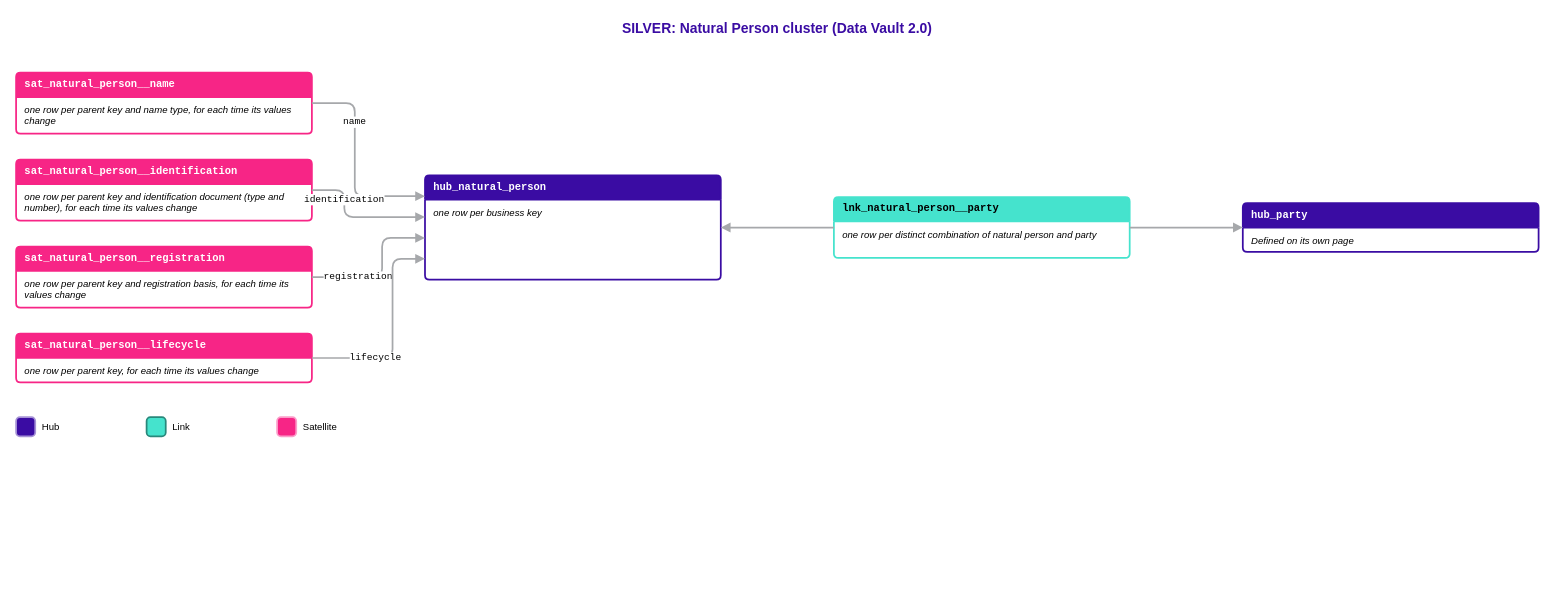
This is Rosetta/Business_Objects/Natural_Person.drawio from luisruizML/documents, a draw.io file, before an edit. Source tidied: cells renumbered, new cells numbered last; positions are measured from the earlier drawing's top-left corner, leaving out a move shared by most shapes. Both pictures are drawn from the tidied source at 87%, with x=0, y=0 at pixel (16, 15).
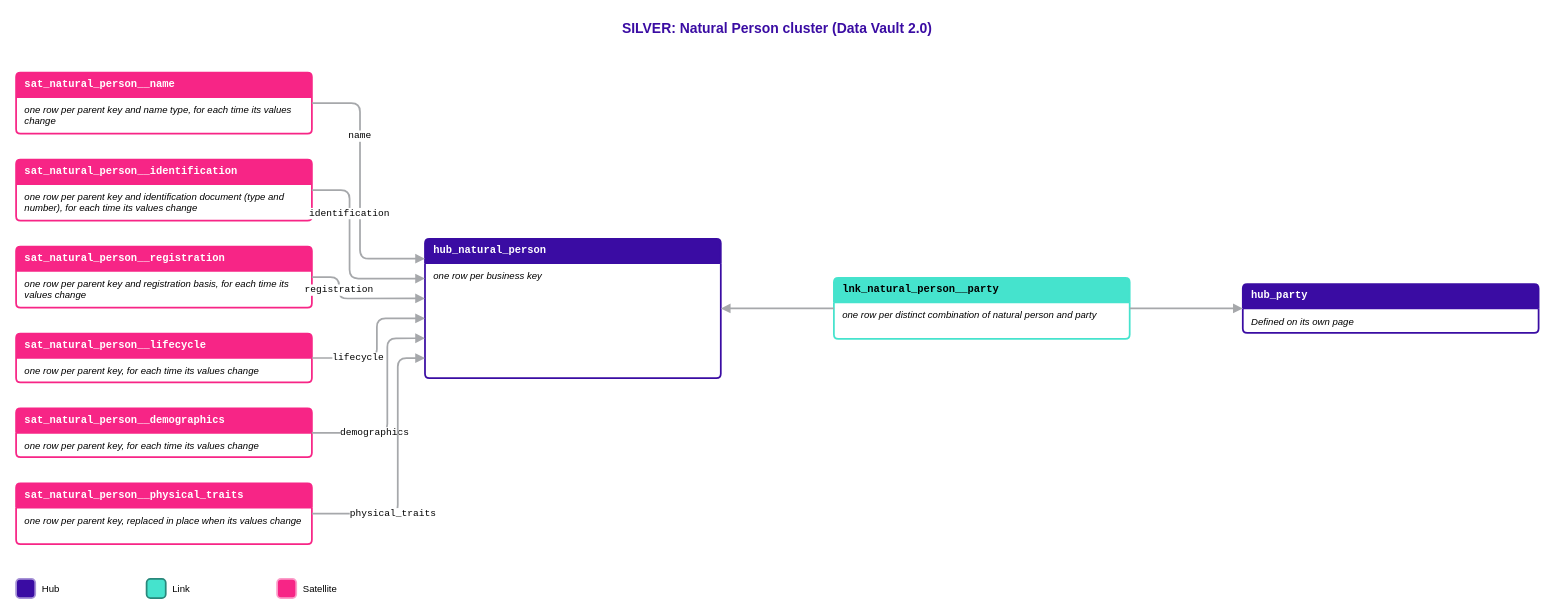
The same diagram, later.

Commit message (it also covers changes not shown here):
feat(natural-person): demographics (history) and physical traits (row versioning) satellites; drop Lucid ERD

Unchanged cells that the change refers to:
```xml
<mxCell id="7" value="sat_natural_person__name" style="swimlane;html=1;whiteSpace=wrap;rounded=1;arcSize=6;startSize=28;fillColor=#F72586;swimlaneFillColor=#FFFFFF;strokeColor=#F72586;strokeWidth=2;fontFamily=Courier New;fontSize=12;fontStyle=1;fontColor=#FFFFFF;align=left;spacingLeft=8;" parent="1" vertex="1">
  <mxGeometry y="66" width="340" height="70" as="geometry" />
</mxCell>
<mxCell id="9" value="sat_natural_person__identification" style="swimlane;html=1;whiteSpace=wrap;rounded=1;arcSize=6;startSize=28;fillColor=#F72586;swimlaneFillColor=#FFFFFF;strokeColor=#F72586;strokeWidth=2;fontFamily=Courier New;fontSize=12;fontStyle=1;fontColor=#FFFFFF;align=left;spacingLeft=8;" parent="1" vertex="1">
  <mxGeometry y="166" width="340" height="70" as="geometry" />
</mxCell>
<mxCell id="11" value="sat_natural_person__registration" style="swimlane;html=1;whiteSpace=wrap;rounded=1;arcSize=6;startSize=28;fillColor=#F72586;swimlaneFillColor=#FFFFFF;strokeColor=#F72586;strokeWidth=2;fontFamily=Courier New;fontSize=12;fontStyle=1;fontColor=#FFFFFF;align=left;spacingLeft=8;" parent="1" vertex="1">
  <mxGeometry y="266" width="340" height="70" as="geometry" />
</mxCell>
<mxCell id="13" value="sat_natural_person__lifecycle" style="swimlane;html=1;whiteSpace=wrap;rounded=1;arcSize=6;startSize=28;fillColor=#F72586;swimlaneFillColor=#FFFFFF;strokeColor=#F72586;strokeWidth=2;fontFamily=Courier New;fontSize=12;fontStyle=1;fontColor=#FFFFFF;align=left;spacingLeft=8;" parent="1" vertex="1">
  <mxGeometry y="366" width="340" height="56" as="geometry" />
</mxCell>
```

Change to the diagram source:
```diff
@@
     <mxCell id="3" value="hub_natural_person" style="swimlane;html=1;whiteSpace=wrap;rounded=1;arcSize=6;startSize=28;fillColor=#3A0CA3;swimlaneFillColor=#FFFFFF;strokeColor=#3A0CA3;strokeWidth=2;fontFamily=Courier New;fontSize=12;fontStyle=1;fontColor=#FFFFFF;align=left;spacingLeft=8;" parent="1" vertex="1">
-      <mxGeometry x="470" y="184" width="340" height="120" as="geometry" />
+      <mxGeometry x="470" y="257" width="340" height="160" as="geometry" />
     </mxCell>
@@
     <mxCell id="5" value="lnk_natural_person__party" style="swimlane;html=1;whiteSpace=wrap;rounded=1;arcSize=6;startSize=28;fillColor=#45E3CD;swimlaneFillColor=#FFFFFF;strokeColor=#45E3CD;strokeWidth=2;fontFamily=Courier New;fontSize=12;fontStyle=1;fontColor=#000000;align=left;spacingLeft=8;" parent="1" vertex="1">
-      <mxGeometry x="940" y="209" width="340" height="70" as="geometry" />
+      <mxGeometry x="940" y="302" width="340" height="70" as="geometry" />
     </mxCell>
@@
-    <mxCell id="15" value="hub_party" style="swimlane;html=1;whiteSpace=wrap;rounded=1;arcSize=6;startSize=28;fillColor=#3A0CA3;swimlaneFillColor=#FFFFFF;strokeColor=#3A0CA3;strokeWidth=2;fontFamily=Courier New;fontSize=12;fontStyle=1;fontColor=#FFFFFF;align=left;spacingLeft=8;" parent="1" vertex="1">
-      <mxGeometry x="1410" y="216" width="340" height="56" as="geometry" />
+    <mxCell id="15" value="sat_natural_person__demographics" style="swimlane;html=1;whiteSpace=wrap;rounded=1;arcSize=6;startSize=28;fillColor=#F72586;swimlaneFillColor=#FFFFFF;strokeColor=#F72586;strokeWidth=2;fontFamily=Courier New;fontSize=12;fontStyle=1;fontColor=#FFFFFF;align=left;spacingLeft=8;" parent="1" vertex="1">
+      <mxGeometry y="452" width="340" height="56" as="geometry" />
     </mxCell>
-    <mxCell id="16" value="Defined on its own page" style="text;html=1;whiteSpace=wrap;align=left;verticalAlign=top;fontFamily=Arial;fontSize=11;fontStyle=2;fontColor=#000000;spacingLeft=8;spacingRight=8;" parent="15" vertex="1">
+    <mxCell id="16" value="one row per parent key, for each time its values change" style="text;html=1;whiteSpace=wrap;align=left;verticalAlign=top;fontFamily=Arial;fontSize=11;fontStyle=2;fontColor=#000000;spacingLeft=8;spacingRight=8;" parent="15" vertex="1">
       <mxGeometry y="30" width="340" height="20" as="geometry" />
     </mxCell>
-    <mxCell id="17" style="edgeStyle=orthogonalEdgeStyle;rounded=1;jumpStyle=arc;jumpSize=8;html=1;strokeColor=#A6A8AB;strokeWidth=2;endArrow=block;endFill=1;exitX=0;exitY=0.5;exitDx=0;exitDy=0;entryX=1;entryY=0.5;entryDx=0;entryDy=0;labelBackgroundColor=#FFFFFF;fontFamily=Courier New;fontSize=11;fontColor=#000000;" parent="1" edge="1" source="5" target="3">
-      <mxGeometry x="-0.4" relative="1" as="geometry" />
+    <mxCell id="17" value="sat_natural_person__physical_traits" style="swimlane;html=1;whiteSpace=wrap;rounded=1;arcSize=6;startSize=28;fillColor=#F72586;swimlaneFillColor=#FFFFFF;strokeColor=#F72586;strokeWidth=2;fontFamily=Courier New;fontSize=12;fontStyle=1;fontColor=#FFFFFF;align=left;spacingLeft=8;" parent="1" vertex="1">
+      <mxGeometry y="538" width="340" height="70" as="geometry" />
     </mxCell>
-    <mxCell id="18" style="edgeStyle=orthogonalEdgeStyle;rounded=1;jumpStyle=arc;jumpSize=8;html=1;strokeColor=#A6A8AB;strokeWidth=2;endArrow=block;endFill=1;exitX=1;exitY=0.5;exitDx=0;exitDy=0;entryX=0;entryY=0.5;entryDx=0;entryDy=0;labelBackgroundColor=#FFFFFF;fontFamily=Courier New;fontSize=11;fontColor=#000000;" parent="1" edge="1" source="5" target="15">
-      <mxGeometry x="-0.4" relative="1" as="geometry" />
+    <mxCell id="18" value="one row per parent key, replaced in place when its values change" style="text;html=1;whiteSpace=wrap;align=left;verticalAlign=top;fontFamily=Arial;fontSize=11;fontStyle=2;fontColor=#000000;spacingLeft=8;spacingRight=8;" parent="17" vertex="1">
+      <mxGeometry y="30" width="340" height="34" as="geometry" />
     </mxCell>
-    <mxCell id="19" value="name" style="edgeStyle=orthogonalEdgeStyle;rounded=1;jumpStyle=arc;jumpSize=8;html=1;strokeColor=#A6A8AB;strokeWidth=2;endArrow=block;endFill=1;exitX=1;exitY=0.5;exitDx=0;exitDy=0;entryX=0;entryY=0.2;entryDx=0;entryDy=0;labelBackgroundColor=#FFFFFF;fontFamily=Courier New;fontSize=11;fontColor=#000000;" parent="1" edge="1" source="7" target="3">
-      <mxGeometry x="-0.4" relative="1" as="geometry">
-        <Array as="points">
-          <mxPoint x="389.3" y="101" />
-          <mxPoint x="389.3" y="208" />
-        </Array>
-      </mxGeometry>
+    <mxCell id="19" value="hub_party" style="swimlane;html=1;whiteSpace=wrap;rounded=1;arcSize=6;startSize=28;fillColor=#3A0CA3;swimlaneFillColor=#FFFFFF;strokeColor=#3A0CA3;strokeWidth=2;fontFamily=Courier New;fontSize=12;fontStyle=1;fontColor=#FFFFFF;align=left;spacingLeft=8;" parent="1" vertex="1">
+      <mxGeometry x="1410" y="309" width="340" height="56" as="geometry" />
     </mxCell>
-    <mxCell id="20" value="identification" style="edgeStyle=orthogonalEdgeStyle;rounded=1;jumpStyle=arc;jumpSize=8;html=1;strokeColor=#A6A8AB;strokeWidth=2;endArrow=block;endFill=1;exitX=1;exitY=0.5;exitDx=0;exitDy=0;entryX=0;entryY=0.4;entryDx=0;entryDy=0;labelBackgroundColor=#FFFFFF;fontFamily=Courier New;fontSize=11;fontColor=#000000;" parent="1" edge="1" source="9" target="3">
-      <mxGeometry x="-0.4" relative="1" as="geometry">
-        <Array as="points">
-          <mxPoint x="377.3" y="201" />
-          <mxPoint x="377.3" y="232" />
-        </Array>
-      </mxGeometry>
+    <mxCell id="20" value="Defined on its own page" style="text;html=1;whiteSpace=wrap;align=left;verticalAlign=top;fontFamily=Arial;fontSize=11;fontStyle=2;fontColor=#000000;spacingLeft=8;spacingRight=8;" parent="19" vertex="1">
+      <mxGeometry y="30" width="340" height="20" as="geometry" />
     </mxCell>
-    <mxCell id="21" value="registration" style="edgeStyle=orthogonalEdgeStyle;rounded=1;jumpStyle=arc;jumpSize=8;html=1;strokeColor=#A6A8AB;strokeWidth=2;endArrow=block;endFill=1;exitX=1;exitY=0.5;exitDx=0;exitDy=0;entryX=0;entryY=0.6;entryDx=0;entryDy=0;labelBackgroundColor=#FFFFFF;fontFamily=Courier New;fontSize=11;fontColor=#000000;" parent="1" edge="1" source="11" target="3">
-      <mxGeometry x="-0.4" relative="1" as="geometry">
-        <Array as="points">
-          <mxPoint x="420.7" y="301" />
-          <mxPoint x="420.7" y="256" />
-        </Array>
-      </mxGeometry>
+    <mxCell id="21" style="edgeStyle=orthogonalEdgeStyle;rounded=1;jumpStyle=arc;jumpSize=8;html=1;strokeColor=#A6A8AB;strokeWidth=2;endArrow=block;endFill=1;exitX=0;exitY=0.5;exitDx=0;exitDy=0;entryX=1;entryY=0.5;entryDx=0;entryDy=0;labelBackgroundColor=#FFFFFF;fontFamily=Courier New;fontSize=11;fontColor=#000000;" parent="1" edge="1" source="5" target="3">
+      <mxGeometry x="-0.4" relative="1" as="geometry" />
     </mxCell>
-    <mxCell id="22" value="lifecycle" style="edgeStyle=orthogonalEdgeStyle;rounded=1;jumpStyle=arc;jumpSize=8;html=1;strokeColor=#A6A8AB;strokeWidth=2;endArrow=block;endFill=1;exitX=1;exitY=0.5;exitDx=0;exitDy=0;entryX=0;entryY=0.8;entryDx=0;entryDy=0;labelBackgroundColor=#FFFFFF;fontFamily=Courier New;fontSize=11;fontColor=#000000;" parent="1" edge="1" source="13" target="3">
-      <mxGeometry x="-0.4" relative="1" as="geometry">
-        <Array as="points">
-          <mxPoint x="432.7" y="394" />
-          <mxPoint x="432.7" y="280" />
-        </Array>
-      </mxGeometry>
+    <mxCell id="22" style="edgeStyle=orthogonalEdgeStyle;rounded=1;jumpStyle=arc;jumpSize=8;html=1;strokeColor=#A6A8AB;strokeWidth=2;endArrow=block;endFill=1;exitX=1;exitY=0.5;exitDx=0;exitDy=0;entryX=0;entryY=0.5;entryDx=0;entryDy=0;labelBackgroundColor=#FFFFFF;fontFamily=Courier New;fontSize=11;fontColor=#000000;" parent="1" edge="1" source="5" target="19">
+      <mxGeometry x="-0.4" relative="1" as="geometry" />
     </mxCell>
-    <mxCell id="23" style="rounded=1;arcSize=20;fillColor=#3A0CA3;strokeColor=#A692D6;strokeWidth=2;" parent="1" vertex="1">
-      <mxGeometry y="462" width="22" height="22" as="geometry" />
+    <mxCell id="23" value="name" style="edgeStyle=orthogonalEdgeStyle;rounded=1;jumpStyle=arc;jumpSize=8;html=1;strokeColor=#A6A8AB;strokeWidth=2;endArrow=block;endFill=1;exitX=1;exitY=0.5;exitDx=0;exitDy=0;entryX=0;entryY=0.1429;entryDx=0;entryDy=0;labelBackgroundColor=#FFFFFF;fontFamily=Courier New;fontSize=11;fontColor=#000000;" parent="1" edge="1" source="7" target="3">
+      <mxGeometry x="-0.4" relative="1" as="geometry">
+        <Array as="points">
+          <mxPoint x="395.3" y="101" />
+          <mxPoint x="395.3" y="279.9" />
+        </Array>
+      </mxGeometry>
     </mxCell>
-    <mxCell id="24" value="Hub" style="text;html=1;align=left;verticalAlign=middle;fontFamily=Arial;fontSize=11;fontColor=#000000;" parent="1" vertex="1">
-      <mxGeometry x="28" y="462" width="110" height="22" as="geometry" />
+    <mxCell id="24" value="identification" style="edgeStyle=orthogonalEdgeStyle;rounded=1;jumpStyle=arc;jumpSize=8;html=1;strokeColor=#A6A8AB;strokeWidth=2;endArrow=block;endFill=1;exitX=1;exitY=0.5;exitDx=0;exitDy=0;entryX=0;entryY=0.2857;entryDx=0;entryDy=0;labelBackgroundColor=#FFFFFF;fontFamily=Courier New;fontSize=11;fontColor=#000000;" parent="1" edge="1" source="9" target="3">
+      <mxGeometry x="-0.4" relative="1" as="geometry">
+        <Array as="points">
+          <mxPoint x="383.3" y="201" />
+          <mxPoint x="383.3" y="302.7" />
+        </Array>
+      </mxGeometry>
     </mxCell>
-    <mxCell id="25" style="rounded=1;arcSize=20;fillColor=#45E3CD;strokeColor=#29887B;strokeWidth=2;" parent="1" vertex="1">
-      <mxGeometry x="150" y="462" width="22" height="22" as="geometry" />
+    <mxCell id="25" value="registration" style="edgeStyle=orthogonalEdgeStyle;rounded=1;jumpStyle=arc;jumpSize=8;html=1;strokeColor=#A6A8AB;strokeWidth=2;endArrow=block;endFill=1;exitX=1;exitY=0.5;exitDx=0;exitDy=0;entryX=0;entryY=0.4286;entryDx=0;entryDy=0;labelBackgroundColor=#FFFFFF;fontFamily=Courier New;fontSize=11;fontColor=#000000;" parent="1" edge="1" source="11" target="3">
+      <mxGeometry x="-0.4" relative="1" as="geometry">
+        <Array as="points">
+          <mxPoint x="371.3" y="301" />
+          <mxPoint x="371.3" y="325.6" />
+        </Array>
+      </mxGeometry>
     </mxCell>
-    <mxCell id="26" value="Link" style="text;html=1;align=left;verticalAlign=middle;fontFamily=Arial;fontSize=11;fontColor=#000000;" parent="1" vertex="1">
-      <mxGeometry x="178" y="462" width="110" height="22" as="geometry" />
+    <mxCell id="26" value="lifecycle" style="edgeStyle=orthogonalEdgeStyle;rounded=1;jumpStyle=arc;jumpSize=8;html=1;strokeColor=#A6A8AB;strokeWidth=2;endArrow=block;endFill=1;exitX=1;exitY=0.5;exitDx=0;exitDy=0;entryX=0;entryY=0.5714;entryDx=0;entryDy=0;labelBackgroundColor=#FFFFFF;fontFamily=Courier New;fontSize=11;fontColor=#000000;" parent="1" edge="1" source="13" target="3">
+      <mxGeometry x="-0.4" relative="1" as="geometry">
+        <Array as="points">
+          <mxPoint x="414.7" y="394" />
+          <mxPoint x="414.7" y="348.4" />
+        </Array>
+      </mxGeometry>
     </mxCell>
-    <mxCell id="27" style="rounded=1;arcSize=20;fillColor=#F72586;strokeColor=#FB9DC9;strokeWidth=2;" parent="1" vertex="1">
-      <mxGeometry x="300" y="462" width="22" height="22" as="geometry" />
+    <mxCell id="27" value="demographics" style="edgeStyle=orthogonalEdgeStyle;rounded=1;jumpStyle=arc;jumpSize=8;html=1;strokeColor=#A6A8AB;strokeWidth=2;endArrow=block;endFill=1;exitX=1;exitY=0.5;exitDx=0;exitDy=0;entryX=0;entryY=0.7143;entryDx=0;entryDy=0;labelBackgroundColor=#FFFFFF;fontFamily=Courier New;fontSize=11;fontColor=#000000;" parent="1" edge="1" source="15" target="3">
+      <mxGeometry x="-0.4" relative="1" as="geometry">
+        <Array as="points">
+          <mxPoint x="426.7" y="480" />
+          <mxPoint x="426.7" y="371.3" />
+        </Array>
+      </mxGeometry>
     </mxCell>
-    <mxCell id="28" value="Satellite" style="text;html=1;align=left;verticalAlign=middle;fontFamily=Arial;fontSize=11;fontColor=#000000;" parent="1" vertex="1">
-      <mxGeometry x="328" y="462" width="110" height="22" as="geometry" />
+    <mxCell id="28" value="physical_traits" style="edgeStyle=orthogonalEdgeStyle;rounded=1;jumpStyle=arc;jumpSize=8;html=1;strokeColor=#A6A8AB;strokeWidth=2;endArrow=block;endFill=1;exitX=1;exitY=0.5;exitDx=0;exitDy=0;entryX=0;entryY=0.8571;entryDx=0;entryDy=0;labelBackgroundColor=#FFFFFF;fontFamily=Courier New;fontSize=11;fontColor=#000000;" parent="1" edge="1" source="17" target="3">
+      <mxGeometry x="-0.4" relative="1" as="geometry">
+        <Array as="points">
+          <mxPoint x="438.7" y="573" />
+          <mxPoint x="438.7" y="394.1" />
+        </Array>
+      </mxGeometry>
     </mxCell>
+    <mxCell id="29" style="rounded=1;arcSize=20;fillColor=#3A0CA3;strokeColor=#A692D6;strokeWidth=2;" parent="1" vertex="1">
+      <mxGeometry y="648" width="22" height="22" as="geometry" />
+    </mxCell>
+    <mxCell id="30" value="Hub" style="text;html=1;align=left;verticalAlign=middle;fontFamily=Arial;fontSize=11;fontColor=#000000;" parent="1" vertex="1">
+      <mxGeometry x="28" y="648" width="110" height="22" as="geometry" />
+    </mxCell>
+    <mxCell id="31" style="rounded=1;arcSize=20;fillColor=#45E3CD;strokeColor=#29887B;strokeWidth=2;" parent="1" vertex="1">
+      <mxGeometry x="150" y="648" width="22" height="22" as="geometry" />
+    </mxCell>
+    <mxCell id="32" value="Link" style="text;html=1;align=left;verticalAlign=middle;fontFamily=Arial;fontSize=11;fontColor=#000000;" parent="1" vertex="1">
+      <mxGeometry x="178" y="648" width="110" height="22" as="geometry" />
+    </mxCell>
+    <mxCell id="33" style="rounded=1;arcSize=20;fillColor=#F72586;strokeColor=#FB9DC9;strokeWidth=2;" parent="1" vertex="1">
+      <mxGeometry x="300" y="648" width="22" height="22" as="geometry" />
+    </mxCell>
+    <mxCell id="34" value="Satellite" style="text;html=1;align=left;verticalAlign=middle;fontFamily=Arial;fontSize=11;fontColor=#000000;" parent="1" vertex="1">
+      <mxGeometry x="328" y="648" width="110" height="22" as="geometry" />
+    </mxCell>
```
